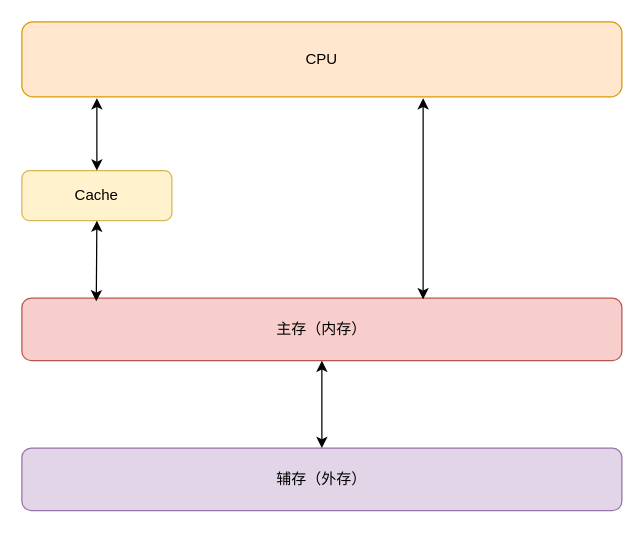
Above: CPU主存辅存.drawio in Netech-DevNote/itquestions_pictures (draw.io), before the change. Source tidied: cells renumbered, new cells numbered last; positions are measured from the earlier drawing's top-left corner, leaving out a move shared by most shapes. Both pictures are drawn from the tidied source at 125%, with x=0, y=0 at pixel (21, 21).
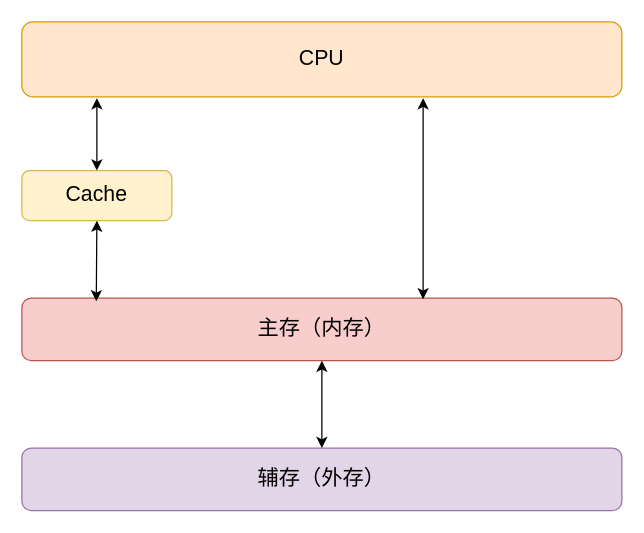
After the change.

Commit message (it also covers changes not shown here):
更新CPU主存辅存.drawio

Diff of the diagram source:
```diff
@@
 <mxGraphModel>
   <root>
     <mxCell id="0" />
     <mxCell id="1" parent="0" />
-    <mxCell id="2" value="CPU" style="rounded=1;whiteSpace=wrap;html=1;fillColor=#ffe6cc;strokeColor=#d79b00;" parent="1" vertex="1">
+    <mxCell id="2" value="CPU" style="rounded=1;whiteSpace=wrap;html=1;fillColor=#ffe6cc;strokeColor=#d79b00;fontSize=17;" parent="1" vertex="1">
       <mxGeometry width="480" height="60" as="geometry" />
     </mxCell>
-    <mxCell id="3" value="Cache" style="rounded=1;whiteSpace=wrap;html=1;fillColor=#fff2cc;strokeColor=#d6b656;" parent="1" vertex="1">
+    <mxCell id="3" value="Cache" style="rounded=1;whiteSpace=wrap;html=1;fillColor=#fff2cc;strokeColor=#d6b656;fontSize=17;" parent="1" vertex="1">
       <mxGeometry y="119" width="120" height="40" as="geometry" />
     </mxCell>
-    <mxCell id="4" value="主存（内存）" style="rounded=1;whiteSpace=wrap;html=1;fillColor=#f8cecc;strokeColor=#b85450;" parent="1" vertex="1">
+    <mxCell id="4" value="主存（内存）" style="rounded=1;whiteSpace=wrap;html=1;fillColor=#f8cecc;strokeColor=#b85450;fontSize=17;" parent="1" vertex="1">
       <mxGeometry y="221" width="480" height="50" as="geometry" />
     </mxCell>
-    <mxCell id="5" value="辅存（外存）" style="rounded=1;whiteSpace=wrap;html=1;fillColor=#e1d5e7;strokeColor=#9673a6;" parent="1" vertex="1">
+    <mxCell id="5" value="辅存（外存）" style="rounded=1;whiteSpace=wrap;html=1;fillColor=#e1d5e7;strokeColor=#9673a6;fontSize=17;" parent="1" vertex="1">
       <mxGeometry y="341" width="480" height="50" as="geometry" />
     </mxCell>
-    <mxCell id="6" style="endArrow=classic;startArrow=classic;html=1;rounded=0;exitX=0.5;exitY=0;exitDx=0;exitDy=0;" parent="1" edge="1" source="3">
+    <mxCell id="6" style="endArrow=classic;startArrow=classic;html=1;rounded=0;exitX=0.5;exitY=0;exitDx=0;exitDy=0;fontSize=17;" parent="1" edge="1" source="3">
       <mxGeometry relative="1" as="geometry">
         <mxPoint x="60" y="61" as="targetPoint" />
       </mxGeometry>
     </mxCell>
-    <mxCell id="7" style="endArrow=classic;startArrow=classic;html=1;rounded=0;entryX=0.5;entryY=1;entryDx=0;entryDy=0;exitX=0.124;exitY=0.052;exitDx=0;exitDy=0;exitPerimeter=0;" parent="1" edge="1" source="4" target="3">
+    <mxCell id="7" style="endArrow=classic;startArrow=classic;html=1;rounded=0;entryX=0.5;entryY=1;entryDx=0;entryDy=0;exitX=0.124;exitY=0.052;exitDx=0;exitDy=0;exitPerimeter=0;fontSize=17;" parent="1" edge="1" source="4" target="3">
       <mxGeometry relative="1" as="geometry" />
     </mxCell>
-    <mxCell id="8" style="endArrow=classic;startArrow=classic;html=1;rounded=0;" parent="1" edge="1">
+    <mxCell id="8" style="endArrow=classic;startArrow=classic;html=1;rounded=0;fontSize=17;" parent="1" edge="1">
       <mxGeometry relative="1" as="geometry">
         <mxPoint x="321" y="222" as="sourcePoint" />
         <mxPoint x="321" y="61" as="targetPoint" />
       </mxGeometry>
     </mxCell>
-    <mxCell id="9" style="endArrow=classic;startArrow=classic;html=1;rounded=0;exitX=0.5;exitY=0;exitDx=0;exitDy=0;" parent="1" edge="1" source="5">
+    <mxCell id="9" style="endArrow=classic;startArrow=classic;html=1;rounded=0;exitX=0.5;exitY=0;exitDx=0;exitDy=0;fontSize=17;" parent="1" edge="1" source="5">
       <mxGeometry relative="1" as="geometry">
         <mxPoint x="240" y="271" as="targetPoint" />
       </mxGeometry>
     </mxCell>
   </root>
 </mxGraphModel>
```
